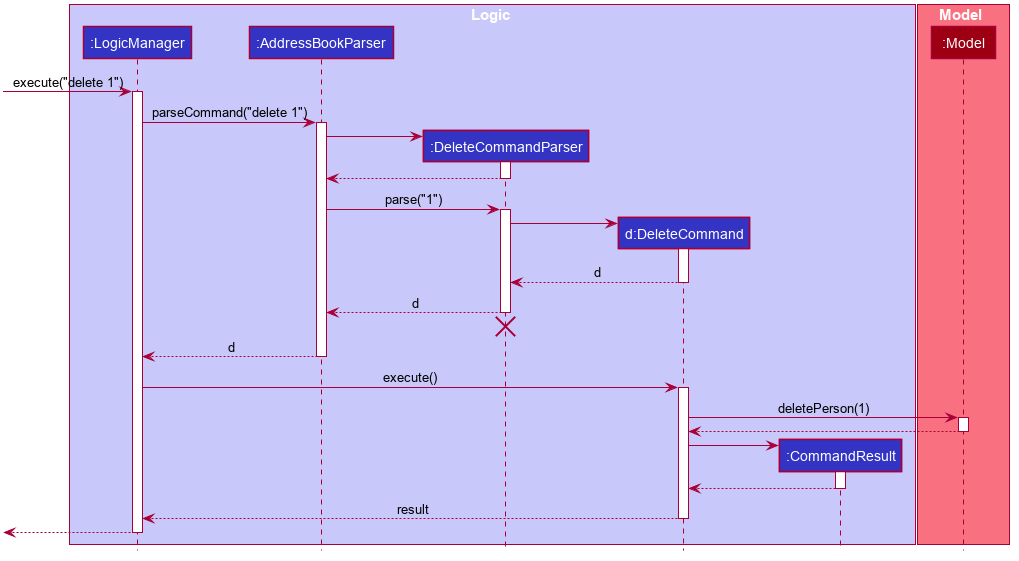
Earlier version of the PlantUML export docs/images/DeleteSequenceDiagram.png (nus-cs2103-AY2021S2/tp).
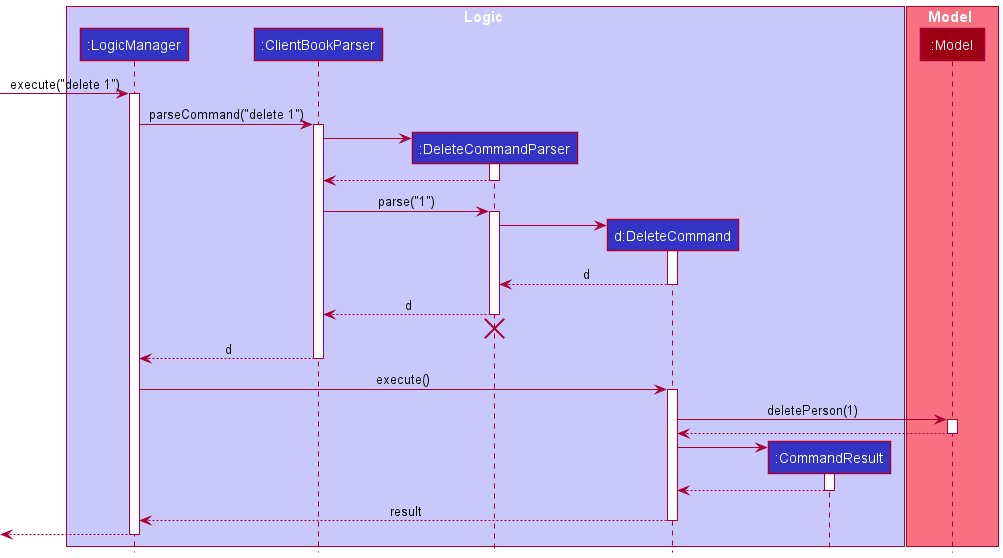
Later version of the same file.

Commit message:
Change UML diagram from AddressBookParser to ClientBookParser

Change to the diagram source:
```diff
@@ -1,79 +1,32 @@
 @startuml
+!include style.puml
 
-
-
-
-
-
-
-
-skinparam BackgroundColor #FFFFFFF
-
-skinparam Shadowing false
-
-skinparam Class {
-    FontColor #FFFFFF
-    BorderThickness 1
-    BorderColor #FFFFFF
-    StereotypeFontColor #FFFFFF
-    FontName Arial
-}
-
-skinparam Actor {
-    BorderColor #000000
-    Color #000000
-    FontName Arial
-}
-
-skinparam Sequence {
-    MessageAlign center
-    BoxFontSize 15
-    BoxPadding 0
-    BoxFontColor #FFFFFF
-    FontName Arial
-}
-
-skinparam Participant {
-    FontColor #FFFFFFF
-    Padding 20
-}
-
-skinparam MinClassWidth 50
-skinparam ParticipantPadding 10
-skinparam Shadowing false
-skinparam DefaultTextAlignment center
-skinparam packageStyle Rectangle
-
-hide footbox
-hide members
-hide circle
-
-box Logic #C8C8FA
-participant ":LogicManager" as LogicManager #3333C4
-participant ":AddressBookParser" as AddressBookParser #3333C4
-participant ":DeleteCommandParser" as DeleteCommandParser #3333C4
-participant "d:DeleteCommand" as DeleteCommand #3333C4
-participant ":CommandResult" as CommandResult #3333C4
+box Logic LOGIC_COLOR_T1
+participant ":LogicManager" as LogicManager LOGIC_COLOR
+participant ":ClientBookParser" as ClientBookParser LOGIC_COLOR
+participant ":DeleteCommandParser" as DeleteCommandParser LOGIC_COLOR
+participant "d:DeleteCommand" as DeleteCommand LOGIC_COLOR
+participant ":CommandResult" as CommandResult LOGIC_COLOR
 end box
 
-box Model #F97181
-participant ":Model" as Model #9D0012
+box Model MODEL_COLOR_T1
+participant ":Model" as Model MODEL_COLOR
 end box
 
 [-> LogicManager : execute("delete 1")
 activate LogicManager
 
-LogicManager -> AddressBookParser : parseCommand("delete 1")
-activate AddressBookParser
+LogicManager -> ClientBookParser : parseCommand("delete 1")
+activate ClientBookParser
 
 create DeleteCommandParser
-AddressBookParser -> DeleteCommandParser
+ClientBookParser -> DeleteCommandParser
 activate DeleteCommandParser
 
-DeleteCommandParser --> AddressBookParser
+DeleteCommandParser --> ClientBookParser
 deactivate DeleteCommandParser
 
-AddressBookParser -> DeleteCommandParser : parse("1")
+ClientBookParser -> DeleteCommandParser : parse("1")
 activate DeleteCommandParser
 
 create DeleteCommand
@@ -83,13 +36,13 @@
 DeleteCommand --> DeleteCommandParser : d
 deactivate DeleteCommand
 
-DeleteCommandParser --> AddressBookParser : d
+DeleteCommandParser --> ClientBookParser : d
 deactivate DeleteCommandParser
-DeleteCommandParser -[hidden]-> AddressBookParser
+DeleteCommandParser -[hidden]-> ClientBookParser
 destroy DeleteCommandParser
 
-AddressBookParser --> LogicManager : d
-deactivate AddressBookParser
+ClientBookParser --> LogicManager : d
+deactivate ClientBookParser
 
 LogicManager -> DeleteCommand : execute()
 activate DeleteCommand
```
